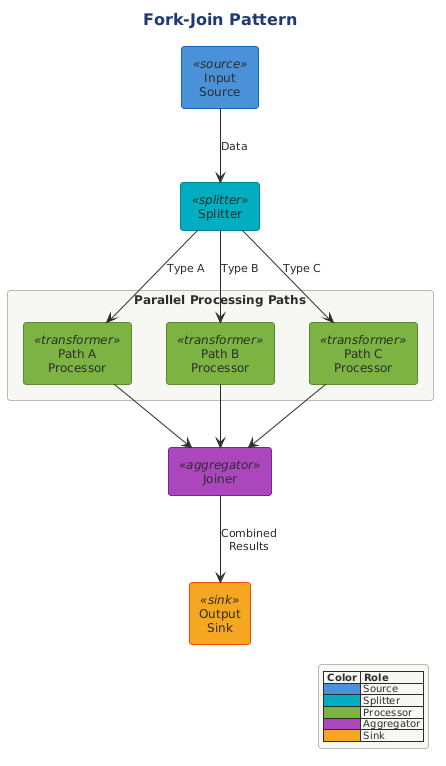
Before: src/architecture/views-and-beyond/style-catalogs/component-and-connector/pipe-and-filter-style/png/fork-join-pattern.png, a diagram exported from PlantUML (Notoriousjayy/latex-docs).
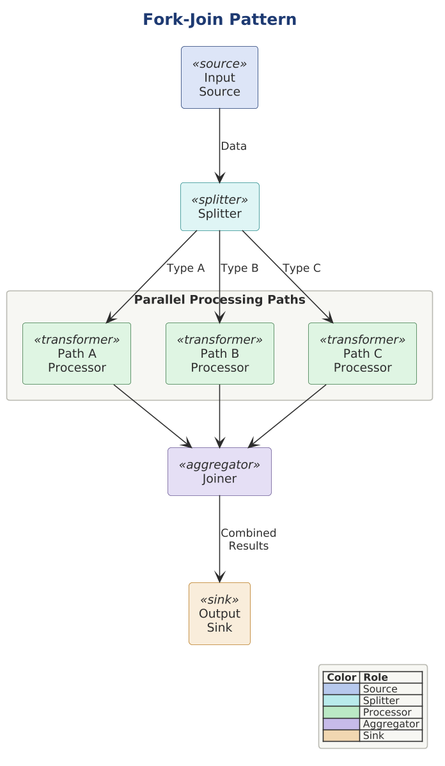
The same diagram one commit later.

Change to the diagram source:
```diff
@@ -1,76 +1,8 @@
 @startuml
-
-!$SOURCE_COLOR = "#4A90D9"
-!$TRANSFORMER_COLOR = "#7CB342"
-!$SINK_COLOR = "#F5A623"
-!$SPLITTER_COLOR = "#00ACC1"
-!$AGGREGATOR_COLOR = "#AB47BC"
-!$ERROR_COLOR = "#EF5350"
-!$TEE_COLOR = "#FF7043"
-!$NEUTRAL_COLOR = "#455A64"
-
-skinparam component {
-    BackgroundColor #7CB342
-    FontColor white
-    BorderColor #558B2F
-    BorderThickness 1
-}
-
-skinparam component<<source>> {
-    BackgroundColor #4A90D9
-    BorderColor #1565C0
-}
-
-skinparam component<<sink>> {
-    BackgroundColor #F5A623
-    BorderColor #E65100
-}
-
-skinparam component<<transformer>> {
-    BackgroundColor #7CB342
-    BorderColor #558B2F
-}
-
-skinparam component<<splitter>> {
-    BackgroundColor #00ACC1
-    BorderColor #00838F
-}
-
-skinparam component<<aggregator>> {
-    BackgroundColor #AB47BC
-    BorderColor #7B1FA2
-}
-
-skinparam component<<error>> {
-    BackgroundColor #EF5350
-    BorderColor #C62828
-}
-
-skinparam component<<tee>> {
-    BackgroundColor #FF7043
-    BorderColor #D84315
-}
-
-skinparam rectangle {
-    BackgroundColor #FAFAFA
-    BorderColor #90A4AE
-    BorderThickness 1
-}
-
-skinparam package {
-    BackgroundColor #F5F5F5
-    BorderColor #666666
-}
-
-skinparam queue {
-    BackgroundColor #FFF9C4
-    BorderColor #F9A825
-}
-
-
-
+skinparam dpi 150
 
 !include ../../../../../../tooling/styles/plantuml/structural/component-diagram-style.iuml
+!include pipe-and-filter-roles.iuml
 
 title Fork-Join Pattern
 
@@ -99,11 +31,11 @@
 
 legend right
   |= Color |= Role |
-  | <#4A90D9> | Source |
-  | <#00ACC1> | Splitter |
-  | <#7CB342> | Processor |
-  | <#AB47BC> | Aggregator |
-  | <#F5A623> | Sink |
+  | <$deep_primary> | Source |
+  | <$deep_dynamic> | Splitter |
+  | <$deep_ok> | Processor |
+  | <$deep_alt> | Aggregator |
+  | <$deep_caution> | Sink |
 endlegend
 
 @enduml
```
